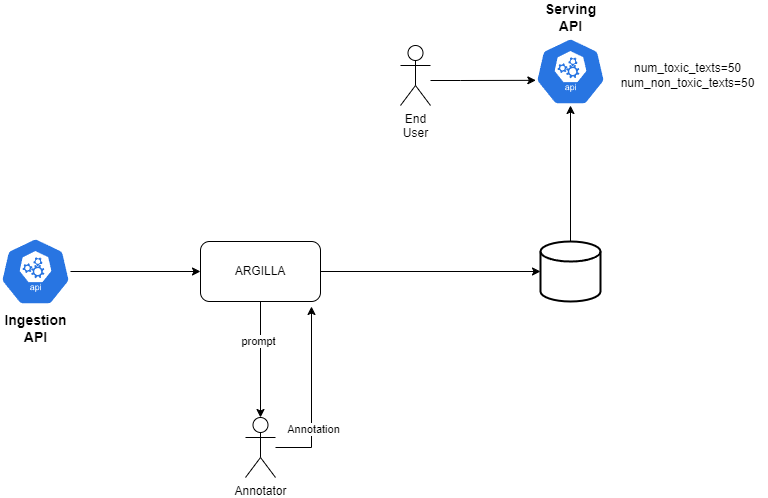
Above: docs/v1/Annotation platform v1.drawio.png in nahumsa/annotation-platform (draw.io), before the change. Source tidied: cells renumbered, new cells last; positions are measured from the earlier drawing's top-left corner, leaving out a move shared by most shapes.
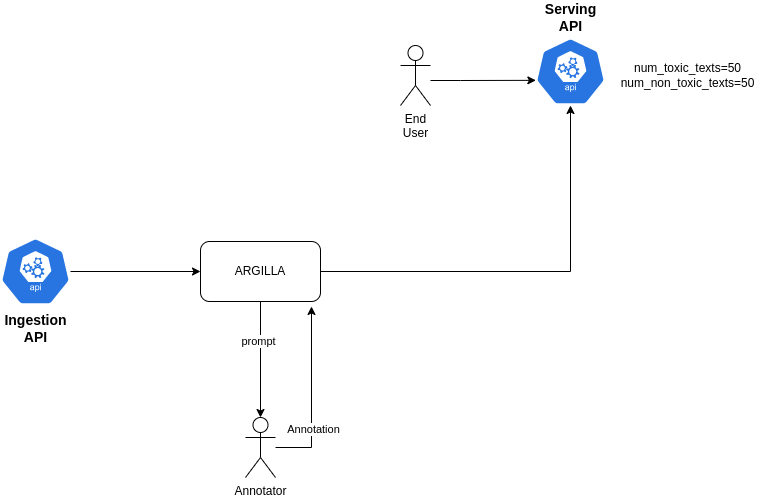
Above is the later version.

Diff of the diagram source:
```diff
@@ -14,7 +14,7 @@
     <mxCell id="5" value="prompt" style="edgeLabel;html=1;align=center;verticalAlign=middle;" parent="4" vertex="1">
       <mxGeometry x="-0.33" y="-3" relative="1" as="geometry" />
     </mxCell>
-    <mxCell id="6" style="edgeStyle=orthogonalEdgeStyle;rounded=0;jettySize=auto;html=1;entryX=0;entryY=0.5;entryDx=0;entryDy=0;entryPerimeter=0;" parent="1" edge="1" source="7" target="13">
+    <mxCell id="6" style="edgeStyle=orthogonalEdgeStyle;rounded=0;jettySize=auto;html=1;entryX=0.5;entryY=1;entryDx=0;entryDy=0;entryPerimeter=0;" parent="1" edge="1" source="7" target="14">
       <mxGeometry relative="1" as="geometry" />
     </mxCell>
     <mxCell id="7" value="ARGILLA" style="rounded=1;whiteSpace=wrap;html=1;" parent="1" vertex="1">
@@ -38,12 +38,6 @@
     <mxCell id="11" value="Annotator" style="shape=umlActor;verticalLabelPosition=bottom;verticalAlign=top;html=1;outlineConnect=0;" parent="1" vertex="1">
       <mxGeometry x="245" y="380" width="30" height="60" as="geometry" />
     </mxCell>
-    <mxCell id="12" style="edgeStyle=orthogonalEdgeStyle;rounded=0;jettySize=auto;html=1;entryX=0.5;entryY=1;entryDx=0;entryDy=0;entryPerimeter=0;" parent="1" edge="1" source="13" target="14">
-      <mxGeometry relative="1" as="geometry" />
-    </mxCell>
-    <mxCell id="13" style="strokeWidth=2;html=1;shape=mxgraph.flowchart.database;whiteSpace=wrap;" parent="1" vertex="1">
-      <mxGeometry x="540" y="204" width="60" height="60" as="geometry" />
-    </mxCell>
     <mxCell id="14" value="&lt;b style=&quot;font-size: 14px;&quot;&gt;Serving&lt;br&gt;API&lt;/b&gt;" style="sketch=0;html=1;dashed=0;whitespace=wrap;fillColor=#2875E2;strokeColor=#ffffff;points=[[0.005,0.63,0],[0.1,0.2,0],[0.9,0.2,0],[0.5,0,0],[0.995,0.63,0],[0.72,0.99,0],[0.5,1,0],[0.28,0.99,0]];verticalLabelPosition=top;align=center;verticalAlign=bottom;shape=mxgraph.kubernetes.icon;prIcon=api;labelPosition=center;" parent="1" vertex="1">
       <mxGeometry x="535" width="70" height="68" as="geometry" />
     </mxCell>
```
